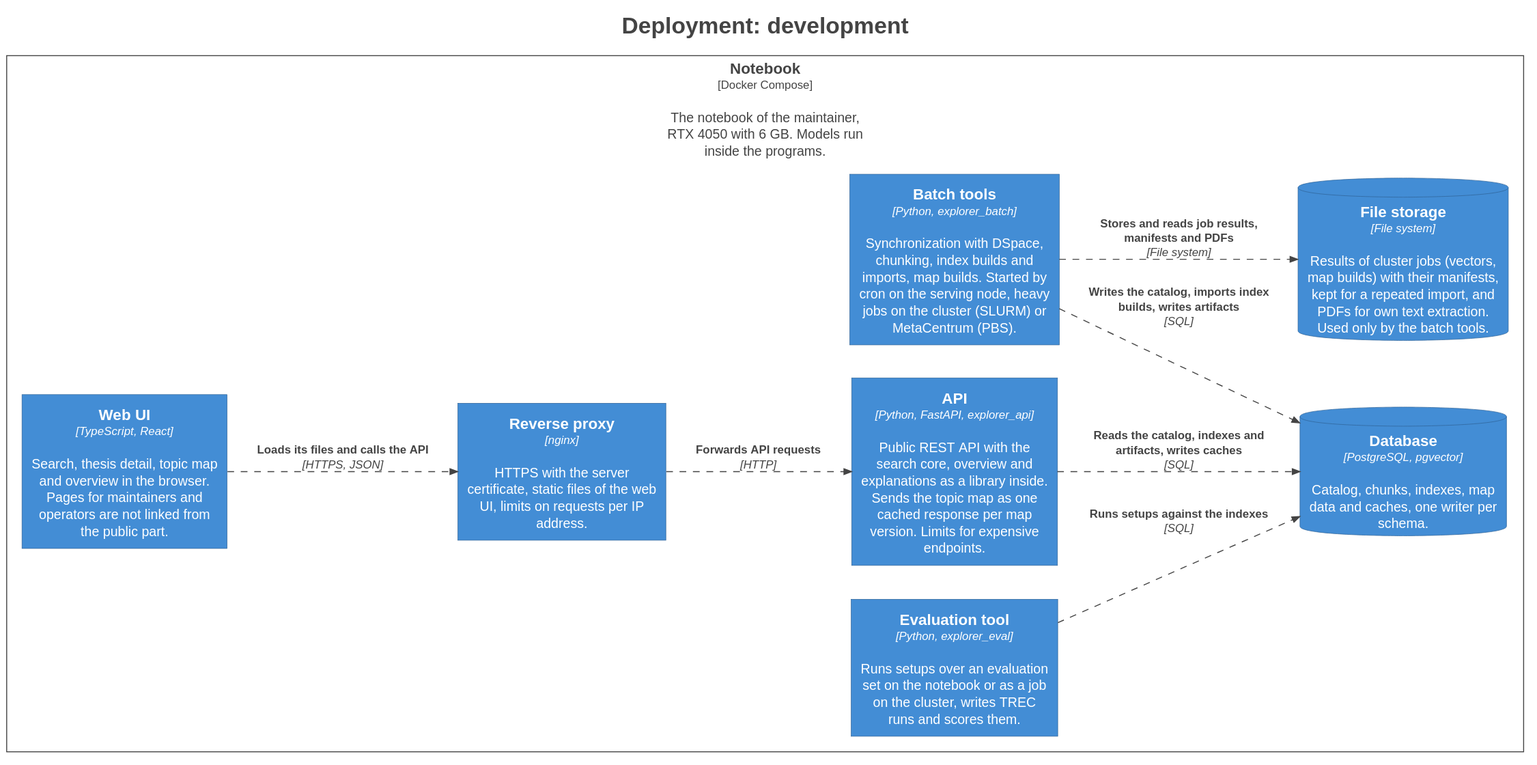
This is docs/diagrams/deployment-development.svg from dracekmartin/cuni-theses-explorer, a PlantUML export, as it was before one commit.
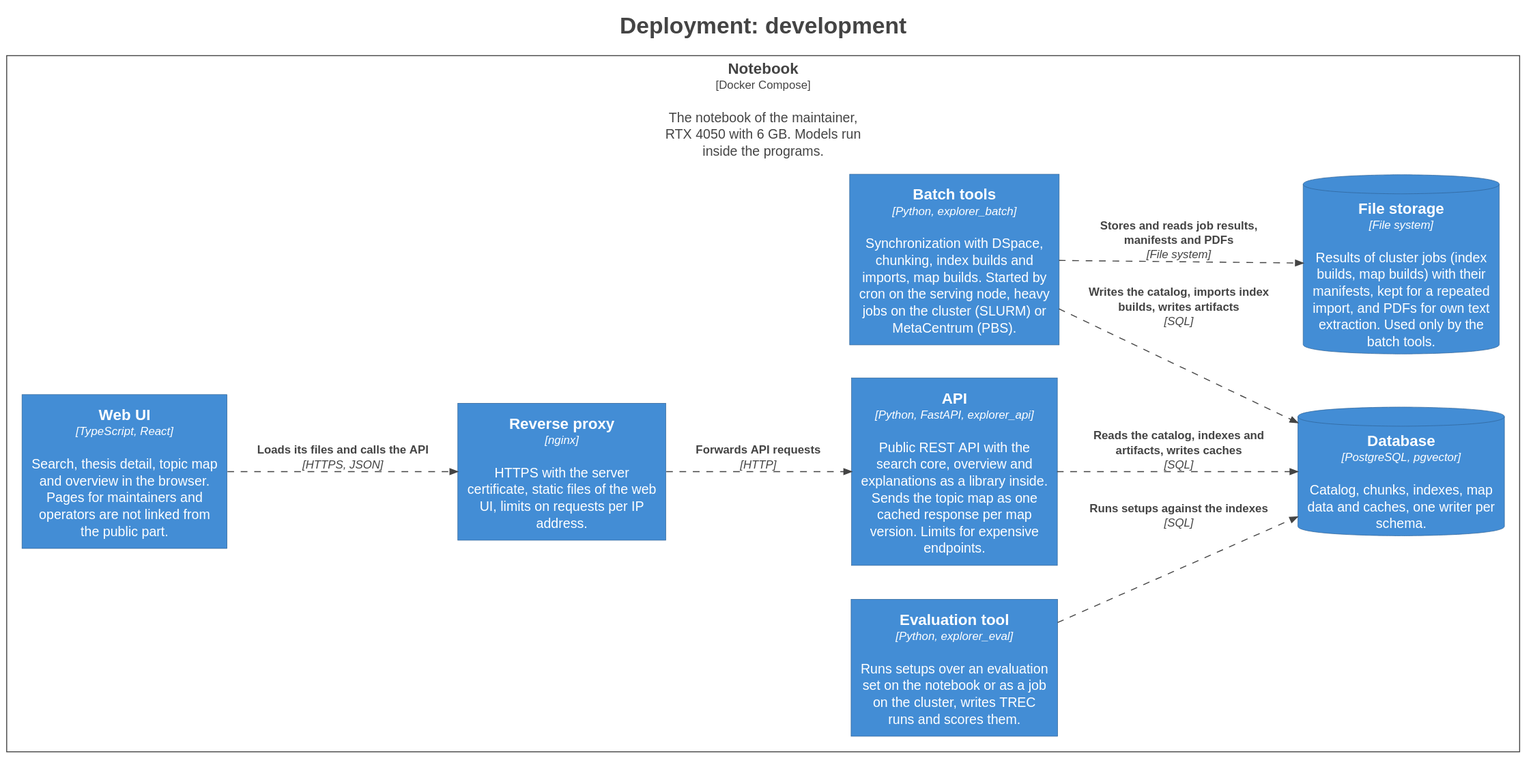
After the commit.

Diff of the diagram source:
```diff
@@ -27,7 +27,7 @@
   Container(Development.Notebook.Reverseproxy_1, "Reverse proxy", $techn="nginx", $descr="HTTPS with the server certificate, static files of the web UI, limits on requests per IP address.", $tags="Container", $link="")
   Container(Development.Notebook.API_1, "API", $techn="Python, FastAPI, explorer_api", $descr="Public REST API with the search core, overview and explanations as a library inside. Sends the topic map as one cached response per map version. Limits for expensive endpoints.", $tags="Container", $link="")
   ContainerDb(Development.Notebook.Database_1, "Database", $techn="PostgreSQL, pgvector", $descr="Catalog, chunks, indexes, map data and caches, one writer per schema.", $tags="Container,Database", $link="")
-  ContainerDb(Development.Notebook.Filestorage_1, "File storage", $techn="File system", $descr="Results of cluster jobs (vectors, map builds) with their manifests, kept for a repeated import, and PDFs for own text extraction. Used only by the batch tools.", $tags="Container,Database", $link="")
+  ContainerDb(Development.Notebook.Filestorage_1, "File storage", $techn="File system", $descr="Results of cluster jobs (index builds, map builds) with their manifests, kept for a repeated import, and PDFs for own text extraction. Used only by the batch tools.", $tags="Container,Database", $link="")
   Container(Development.Notebook.Batchtools_1, "Batch tools", $techn="Python, explorer_batch", $descr="Synchronization with DSpace, chunking, index builds and imports, map builds. Started by cron on the serving node, heavy jobs on the cluster (SLURM) or MetaCentrum (PBS).", $tags="Container", $link="")
   Container(Development.Notebook.Evaluationtool_1, "Evaluation tool", $techn="Python, explorer_eval", $descr="Runs setups over an evaluation set on the notebook or as a job on the cluster, writes TREC runs and scores them.", $tags="Container", $link="")
 }
```
